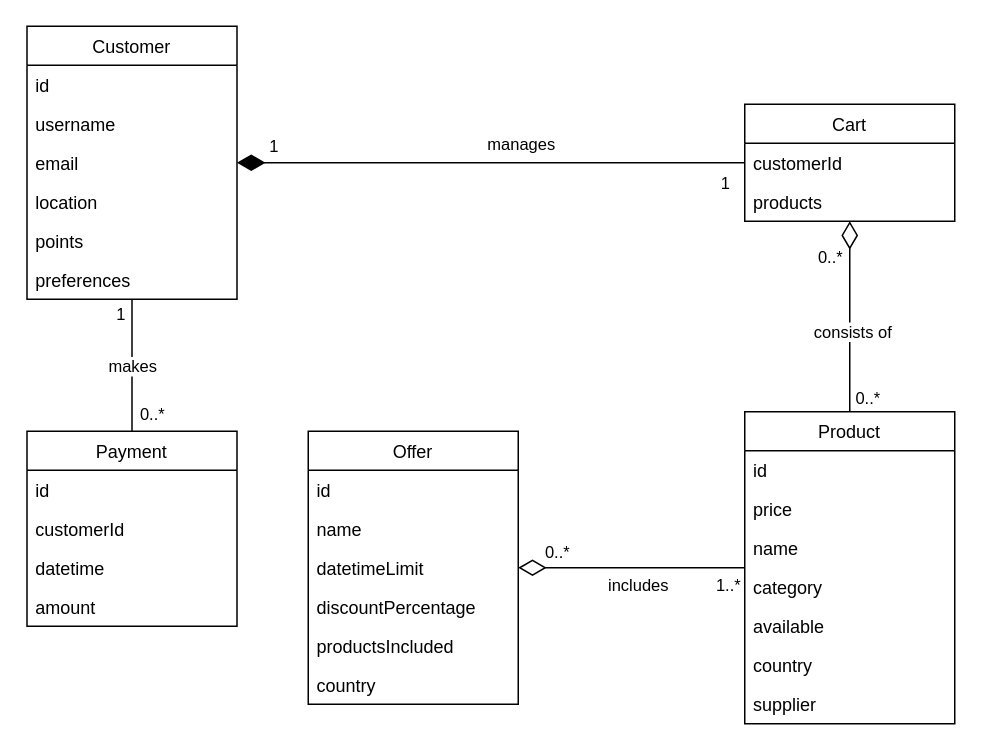
Before: diagrams/domain-model.drawio in youssef-attai-fcai-cu/system-analysis-project, a draw.io diagram. Source tidied: cells renumbered, new cells numbered last; positions are measured from the earlier drawing's top-left corner, leaving out a move shared by most shapes. Both pictures are drawn from the tidied source at 150%, with x=0, y=0 at pixel (27, 26).
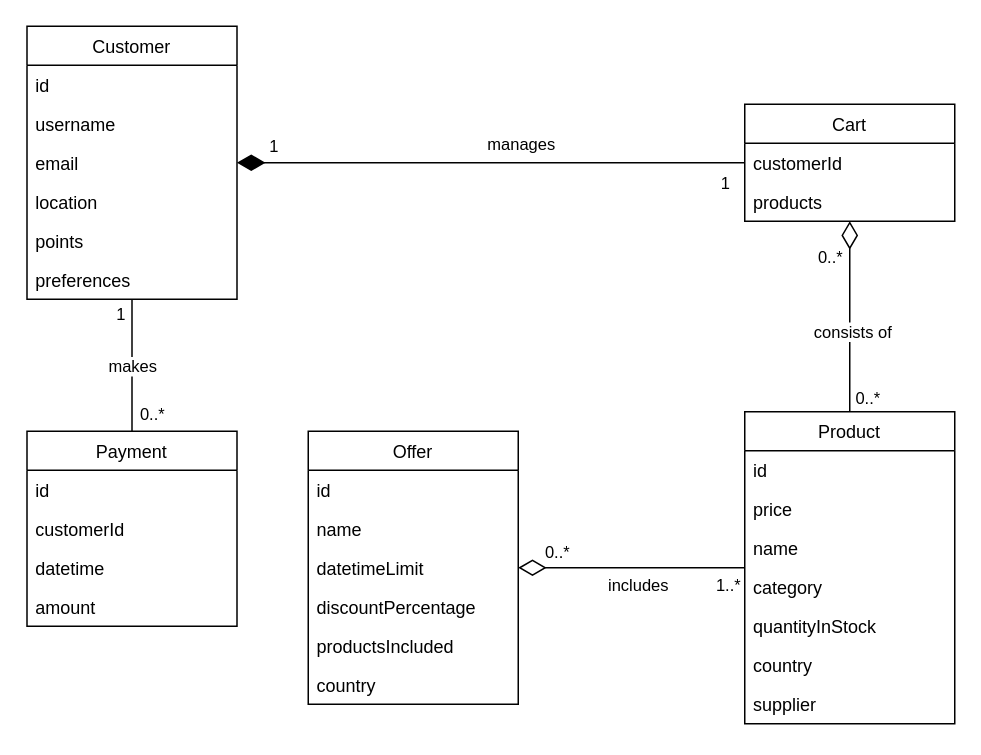
The same page after the edit.

Commit message:
Change product class

- Update available attribue to quantityInStock

The change refers to these unchanged cells:
```xml
<mxCell id="2" value="Product" style="swimlane;fontStyle=0;horizontal=1;startSize=26;fillColor=none;" parent="1" vertex="1">
  <mxGeometry x="478" y="257" width="140" height="208" as="geometry" />
</mxCell>
```

Change to the diagram source:
```diff
@@
-    <mxCell id="7" value="available" style="text;strokeColor=none;fillColor=none;align=left;verticalAlign=top;spacingLeft=4;spacingRight=4;overflow=hidden;" parent="2" vertex="1">
+    <mxCell id="7" value="quantityInStock" style="text;strokeColor=none;fillColor=none;align=left;verticalAlign=top;spacingLeft=4;spacingRight=4;overflow=hidden;" parent="2" vertex="1">
       <mxGeometry y="130" width="140" height="26" as="geometry" />
     </mxCell>
```
